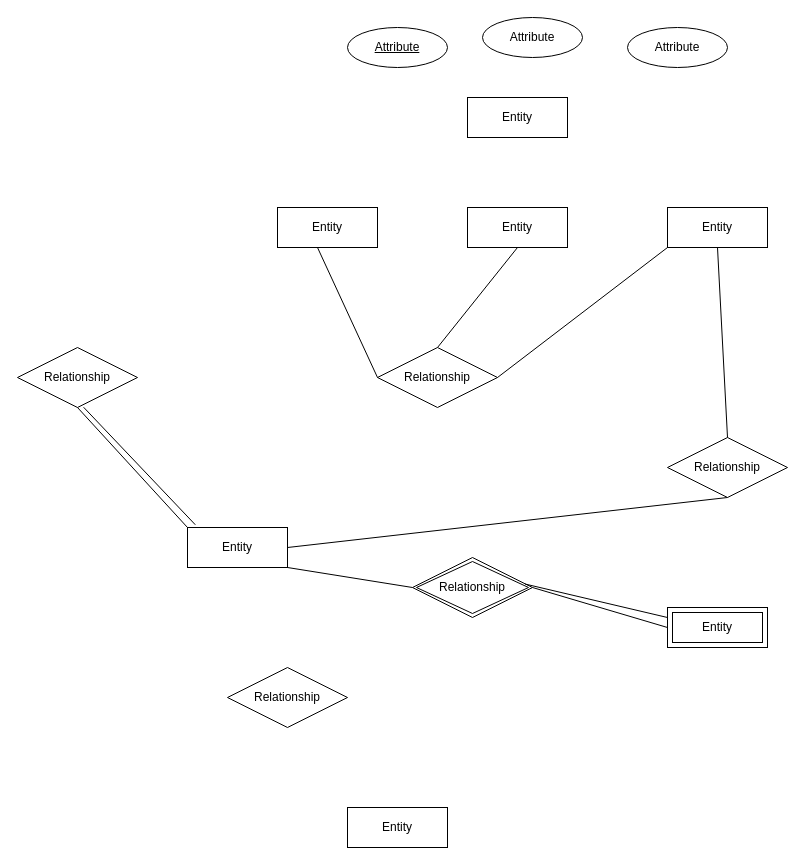
Before: Project_er.drawio in MuhammadIrfan92/Database-Engineering-Semester-7, a draw.io diagram. Source tidied: cells renumbered, new cells numbered last; positions are measured from the earlier drawing's top-left corner, leaving out a move shared by most shapes. Both pictures are drawn from the tidied source at 100%, with x=0, y=0 at pixel (17, 17).
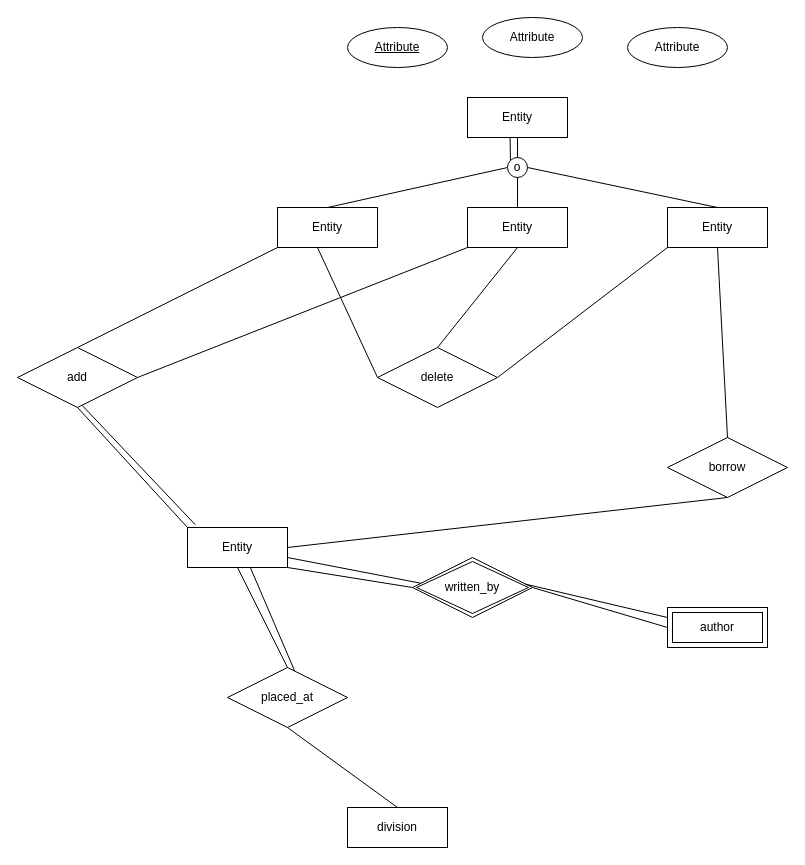
The same diagram, later.

The change refers to these unchanged cells:
```xml
<mxCell id="2" value="Entity" style="whiteSpace=wrap;html=1;align=center;" parent="1" vertex="1">
  <mxGeometry x="450" y="80" width="100" height="40" as="geometry" />
</mxCell>
<mxCell id="3" value="Entity" style="whiteSpace=wrap;html=1;align=center;" parent="1" vertex="1">
  <mxGeometry x="260" y="190" width="100" height="40" as="geometry" />
</mxCell>
<mxCell id="4" value="Entity" style="whiteSpace=wrap;html=1;align=center;" parent="1" vertex="1">
  <mxGeometry x="450" y="190" width="100" height="40" as="geometry" />
</mxCell>
<mxCell id="5" value="Entity" style="whiteSpace=wrap;html=1;align=center;" parent="1" vertex="1">
  <mxGeometry x="650" y="190" width="100" height="40" as="geometry" />
</mxCell>
<mxCell id="6" value="Entity" style="whiteSpace=wrap;html=1;align=center;" parent="1" vertex="1">
  <mxGeometry x="170" y="510" width="100" height="40" as="geometry" />
</mxCell>
```

What changed in the source:
```diff
@@
-    <mxCell id="7" value="Entity" style="whiteSpace=wrap;html=1;align=center;" parent="1" vertex="1">
+    <mxCell id="7" value="division" style="whiteSpace=wrap;html=1;align=center;" parent="1" vertex="1">
       <mxGeometry x="330" y="790" width="100" height="40" as="geometry" />
     </mxCell>
@@
-    <mxCell id="11" value="Relationship" style="shape=rhombus;perimeter=rhombusPerimeter;whiteSpace=wrap;html=1;align=center;" parent="1" vertex="1">
+    <mxCell id="11" value="borrow" style="shape=rhombus;perimeter=rhombusPerimeter;whiteSpace=wrap;html=1;align=center;" parent="1" vertex="1">
       <mxGeometry x="650" y="420" width="120" height="60" as="geometry" />
     </mxCell>
-    <mxCell id="12" value="Relationship" style="shape=rhombus;perimeter=rhombusPerimeter;whiteSpace=wrap;html=1;align=center;" parent="1" vertex="1">
+    <mxCell id="12" value="delete" style="shape=rhombus;perimeter=rhombusPerimeter;whiteSpace=wrap;html=1;align=center;" parent="1" vertex="1">
       <mxGeometry x="360" y="330" width="120" height="60" as="geometry" />
     </mxCell>
-    <mxCell id="13" value="Relationship" style="shape=rhombus;perimeter=rhombusPerimeter;whiteSpace=wrap;html=1;align=center;" parent="1" vertex="1">
+    <mxCell id="13" value="add" style="shape=rhombus;perimeter=rhombusPerimeter;whiteSpace=wrap;html=1;align=center;" parent="1" vertex="1">
       <mxGeometry y="330" width="120" height="60" as="geometry" />
     </mxCell>
-    <mxCell id="14" value="Relationship" style="shape=rhombus;perimeter=rhombusPerimeter;whiteSpace=wrap;html=1;align=center;" parent="1" vertex="1">
+    <mxCell id="14" value="placed_at" style="shape=rhombus;perimeter=rhombusPerimeter;whiteSpace=wrap;html=1;align=center;" parent="1" vertex="1">
       <mxGeometry x="210" y="650" width="120" height="60" as="geometry" />
     </mxCell>
-    <mxCell id="15" value="Entity" style="shape=ext;margin=3;double=1;whiteSpace=wrap;html=1;align=center;" parent="1" vertex="1">
+    <mxCell id="15" value="author" style="shape=ext;margin=3;double=1;whiteSpace=wrap;html=1;align=center;" parent="1" vertex="1">
       <mxGeometry x="650" y="590" width="100" height="40" as="geometry" />
     </mxCell>
-    <mxCell id="16" value="Relationship" style="shape=rhombus;double=1;perimeter=rhombusPerimeter;whiteSpace=wrap;html=1;align=center;" parent="1" vertex="1">
+    <mxCell id="16" value="written_by" style="shape=rhombus;double=1;perimeter=rhombusPerimeter;whiteSpace=wrap;html=1;align=center;" parent="1" vertex="1">
       <mxGeometry x="395" y="540" width="120" height="60" as="geometry" />
     </mxCell>
@@
-    <mxCell id="26" style="endArrow=none;html=1;rounded=0;exitX=0.551;exitY=0.996;exitDx=0;exitDy=0;exitPerimeter=0;entryX=0.078;entryY=-0.069;entryDx=0;entryDy=0;entryPerimeter=0;" parent="1" edge="1" source="13" target="6">
+    <mxCell id="26" style="endArrow=none;html=1;rounded=0;exitX=0.538;exitY=0.963;exitDx=0;exitDy=0;exitPerimeter=0;entryX=0.078;entryY=-0.069;entryDx=0;entryDy=0;entryPerimeter=0;" parent="1" edge="1" source="13" target="6">
       <mxGeometry relative="1" as="geometry" />
     </mxCell>
+    <mxCell id="27" style="endArrow=none;html=1;rounded=0;entryX=0;entryY=1;entryDx=0;entryDy=0;exitX=1;exitY=0.5;exitDx=0;exitDy=0;" parent="1" edge="1" source="13" target="4">
+      <mxGeometry relative="1" as="geometry" />
+    </mxCell>
+    <mxCell id="28" style="endArrow=none;html=1;rounded=0;exitX=0.5;exitY=0;exitDx=0;exitDy=0;entryX=0;entryY=1;entryDx=0;entryDy=0;" parent="1" edge="1" source="13" target="3">
+      <mxGeometry relative="1" as="geometry" />
+    </mxCell>
+    <mxCell id="29" style="endArrow=none;html=1;rounded=0;exitX=1;exitY=0.75;exitDx=0;exitDy=0;entryX=0.068;entryY=0.428;entryDx=0;entryDy=0;entryPerimeter=0;" parent="1" edge="1" source="6" target="16">
+      <mxGeometry relative="1" as="geometry" />
+    </mxCell>
+    <mxCell id="30" style="endArrow=none;html=1;rounded=0;entryX=0.5;entryY=1;entryDx=0;entryDy=0;exitX=0.5;exitY=0;exitDx=0;exitDy=0;" parent="1" edge="1" source="14" target="6">
+      <mxGeometry relative="1" as="geometry" />
+    </mxCell>
+    <mxCell id="31" style="endArrow=none;html=1;rounded=0;entryX=0.5;entryY=0;entryDx=0;entryDy=0;exitX=0.5;exitY=1;exitDx=0;exitDy=0;" parent="1" edge="1" source="14" target="7">
+      <mxGeometry relative="1" as="geometry" />
+    </mxCell>
+    <mxCell id="32" style="endArrow=none;html=1;rounded=0;entryX=0.626;entryY=0.987;entryDx=0;entryDy=0;entryPerimeter=0;exitX=0.559;exitY=0.055;exitDx=0;exitDy=0;exitPerimeter=0;" parent="1" edge="1" source="14" target="6">
+      <mxGeometry relative="1" as="geometry" />
+    </mxCell>
+    <mxCell id="33" value="o" style="ellipse;whiteSpace=wrap;html=1;" parent="1" vertex="1">
+      <mxGeometry x="490" y="140" width="20" height="20" as="geometry" />
+    </mxCell>
+    <mxCell id="34" style="endArrow=none;html=1;entryX=0.5;entryY=0;entryDx=0;entryDy=0;exitX=1;exitY=0.5;exitDx=0;exitDy=0;" parent="1" edge="1" source="33" target="5">
+      <mxGeometry relative="1" as="geometry" />
+    </mxCell>
+    <mxCell id="35" style="endArrow=none;html=1;exitX=0.5;exitY=1;exitDx=0;exitDy=0;" parent="1" edge="1" source="33" target="4">
+      <mxGeometry relative="1" as="geometry" />
+    </mxCell>
+    <mxCell id="36" style="endArrow=none;html=1;exitX=0.5;exitY=0;exitDx=0;exitDy=0;entryX=0;entryY=0.5;entryDx=0;entryDy=0;" parent="1" edge="1" source="3" target="33">
+      <mxGeometry relative="1" as="geometry" />
+    </mxCell>
+    <mxCell id="37" style="endArrow=none;html=1;entryX=0.5;entryY=1;entryDx=0;entryDy=0;exitX=0.5;exitY=0;exitDx=0;exitDy=0;" parent="1" edge="1" source="33" target="2">
+      <mxGeometry relative="1" as="geometry" />
+    </mxCell>
+    <mxCell id="38" style="endArrow=none;html=1;entryX=0.426;entryY=0.999;entryDx=0;entryDy=0;entryPerimeter=0;exitX=0;exitY=0;exitDx=0;exitDy=0;" parent="1" edge="1" source="33" target="2">
+      <mxGeometry relative="1" as="geometry" />
+    </mxCell>
```
